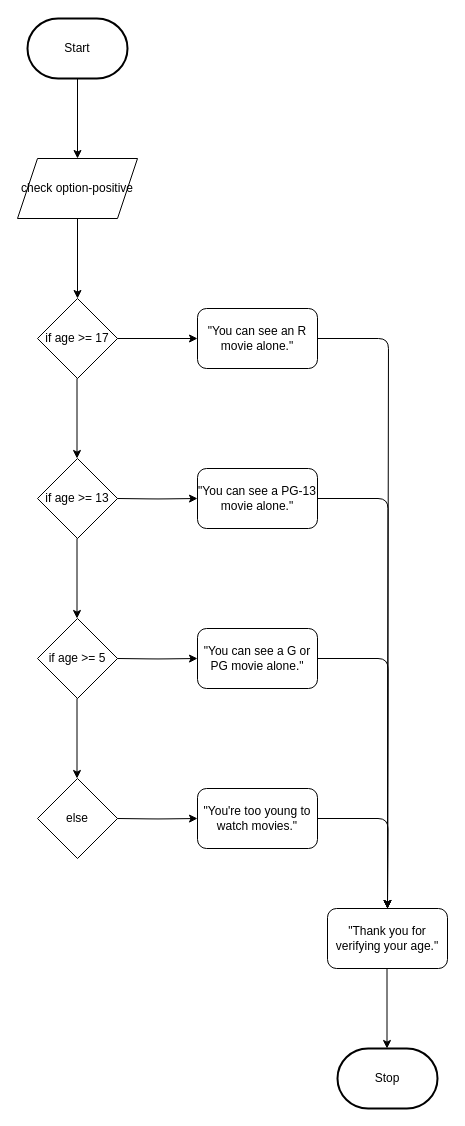
Above: design/flowchart.drawio in MTHS-ICD2O-1-2024/ICD2O-Unit-5-03-Isaac-Ip (draw.io), before the change. Source tidied: cells renumbered, new cells numbered last; positions are measured from the earlier drawing's top-left corner, leaving out a move shared by most shapes. Both pictures are drawn from the tidied source at 100%, with x=0, y=0 at pixel (17, 18).
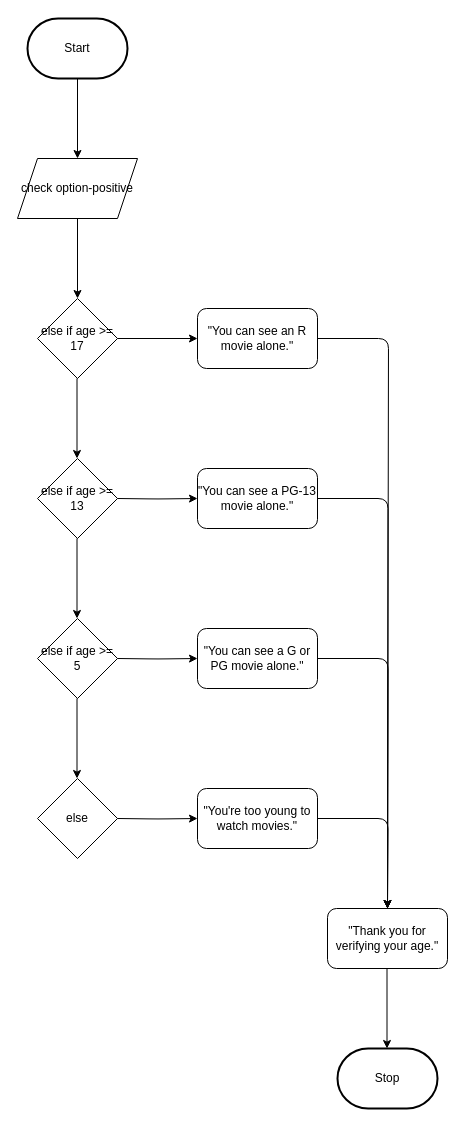
After the change.

Change to the diagram source:
```diff
@@
-    <mxCell id="5" value="if age &amp;gt;= 17" style="rhombus;whiteSpace=wrap;html=1;" parent="1" vertex="1">
+    <mxCell id="5" value="else if age &amp;gt;= 17" style="rhombus;whiteSpace=wrap;html=1;" parent="1" vertex="1">
       <mxGeometry x="20" y="280" width="80" height="80" as="geometry" />
     </mxCell>
@@
-    <mxCell id="11" value="if age &amp;gt;= 13" style="rhombus;whiteSpace=wrap;html=1;" parent="1" vertex="1">
+    <mxCell id="11" value="else if age &amp;gt;= 13" style="rhombus;whiteSpace=wrap;html=1;" parent="1" vertex="1">
       <mxGeometry x="20" y="440" width="80" height="80" as="geometry" />
     </mxCell>
@@
-    <mxCell id="16" value="if age &amp;gt;= 5" style="rhombus;whiteSpace=wrap;html=1;" parent="1" vertex="1">
+    <mxCell id="16" value="else if age &amp;gt;= 5" style="rhombus;whiteSpace=wrap;html=1;" parent="1" vertex="1">
       <mxGeometry x="20" y="600" width="80" height="80" as="geometry" />
     </mxCell>
```
